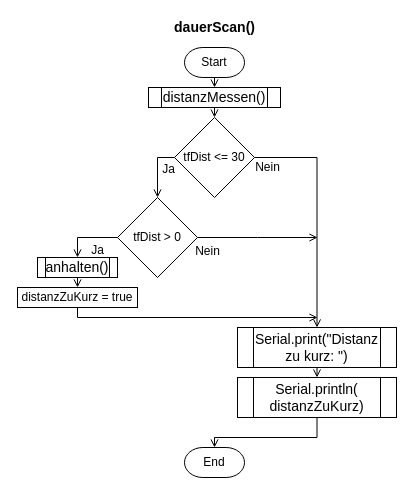
Earlier version of the draw.io diagram diagrams/dauerScan.drawio (DanielSteinhauser/lidar-auto). Source tidied: cells renumbered, new cells numbered last; positions are measured from the earlier drawing's top-left corner, leaving out a move shared by most shapes. Both pictures are drawn from the tidied source at 100%, with x=0, y=0 at pixel (17, 17).
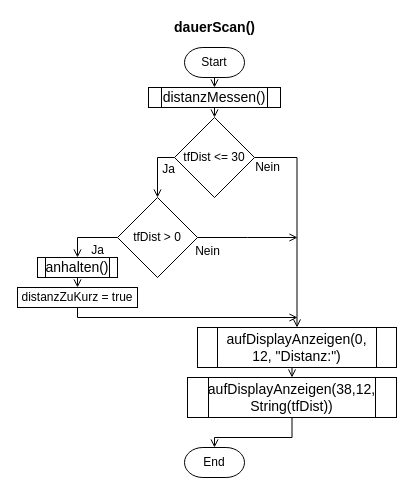
After the change.

Unchanged cells that the change refers to:
```xml
<mxCell id="12" value="tfDist &amp;gt; 0" style="rhombus;whiteSpace=wrap;html=1;" parent="1" vertex="1">
  <mxGeometry x="100" y="180" width="80" height="80" as="geometry" />
</mxCell>
<mxCell id="24" value="distanzZuKurz = true" style="rounded=0;whiteSpace=wrap;html=1;" parent="1" vertex="1">
  <mxGeometry y="270" width="120" height="20" as="geometry" />
</mxCell>
<mxCell id="25" value="End" style="strokeWidth=1;html=1;shape=mxgraph.flowchart.terminator;whiteSpace=wrap;rounded=1;labelBackgroundColor=none;labelBorderColor=none;" parent="1" vertex="1">
  <mxGeometry x="167" y="430" width="60" height="30" as="geometry" />
</mxCell>
```

The edit, as a diff of the source:
```diff
@@
     <mxCell id="10" style="edgeStyle=orthogonalEdgeStyle;rounded=0;jettySize=auto;html=1;exitX=1;exitY=0.5;exitDx=0;exitDy=0;endArrow=open;endFill=0;" parent="1" edge="1" source="12">
       <mxGeometry relative="1" as="geometry">
-        <mxPoint x="300" y="220" as="targetPoint" />
+        <mxPoint x="280" y="220" as="targetPoint" />
       </mxGeometry>
     </mxCell>
@@
-    <mxCell id="14" value="Serial.print(&quot;Distanz zu kurz: &quot;)" style="shape=process;whiteSpace=wrap;html=1;backgroundOutline=1;fontSize=14;" parent="1" vertex="1">
-      <mxGeometry x="220" y="310" width="159" height="40" as="geometry" />
+    <mxCell id="14" value="aufDisplayAnzeigen(0, 12, &quot;Distanz:&quot;)" style="shape=process;whiteSpace=wrap;html=1;backgroundOutline=1;fontSize=14;" parent="1" vertex="1">
+      <mxGeometry x="180" y="310" width="199" height="40" as="geometry" />
     </mxCell>
     <mxCell id="15" style="edgeStyle=orthogonalEdgeStyle;rounded=0;jettySize=auto;html=1;exitX=0.5;exitY=1;exitDx=0;exitDy=0;entryX=0.5;entryY=0;entryDx=0;entryDy=0;entryPerimeter=0;endArrow=open;endFill=0;" parent="1" edge="1" source="16" target="25">
       <mxGeometry relative="1" as="geometry">
         <Array as="points">
-          <mxPoint x="300" y="420" />
+          <mxPoint x="275" y="420" />
           <mxPoint x="197" y="420" />
         </Array>
       </mxGeometry>
     </mxCell>
-    <mxCell id="16" value="Serial.println(&lt;br&gt;distanzZuKurz)" style="shape=process;whiteSpace=wrap;html=1;backgroundOutline=1;fontSize=14;" parent="1" vertex="1">
-      <mxGeometry x="220" y="360" width="159" height="40" as="geometry" />
+    <mxCell id="16" value="aufDisplayAnzeigen(38,12, String(tfDist))" style="shape=process;whiteSpace=wrap;html=1;backgroundOutline=1;fontSize=14;" parent="1" vertex="1">
+      <mxGeometry x="170" y="360" width="209" height="40" as="geometry" />
     </mxCell>
@@
     <mxCell id="21" style="edgeStyle=orthogonalEdgeStyle;rounded=0;jettySize=auto;html=1;endArrow=open;endFill=0;exitX=0.5;exitY=1;exitDx=0;exitDy=0;" parent="1" edge="1" source="24">
       <mxGeometry relative="1" as="geometry">
-        <mxPoint x="300" y="300" as="targetPoint" />
+        <mxPoint x="280" y="300" as="targetPoint" />
         <Array as="points">
           <mxPoint x="60" y="300" />
         </Array>
       </mxGeometry>
     </mxCell>
```
